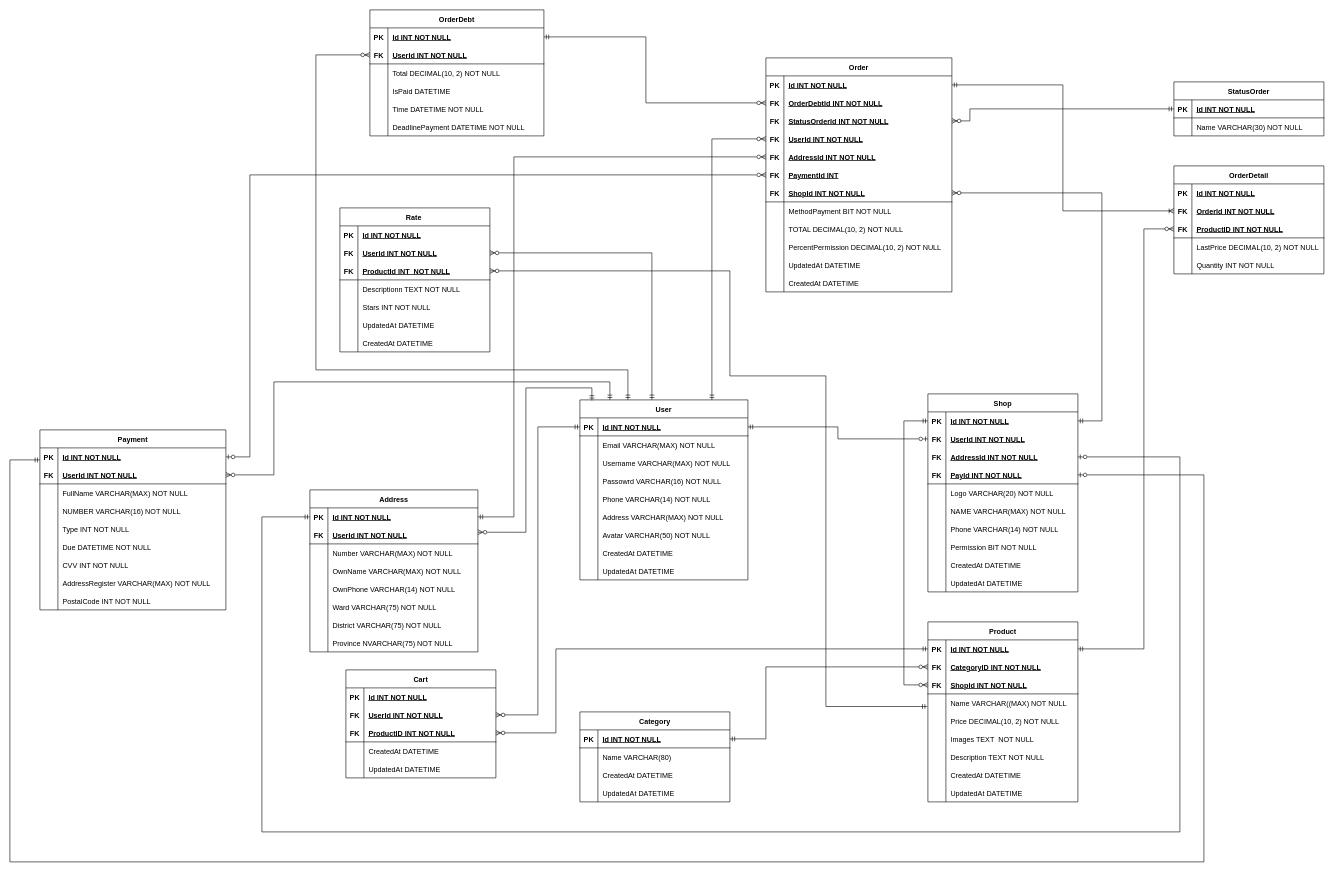
The draw.io diagram Doc/Diagram/ERD/ERD.drawio in PhuNguyen01997/P-P-Commercial-Sem04, before the edit. Source tidied: cells renumbered, new cells numbered last; positions are measured from the earlier drawing's top-left corner, leaving out a move shared by most shapes. Both pictures are drawn from the tidied source at 60%, with x=0, y=0 at pixel (10, 10).
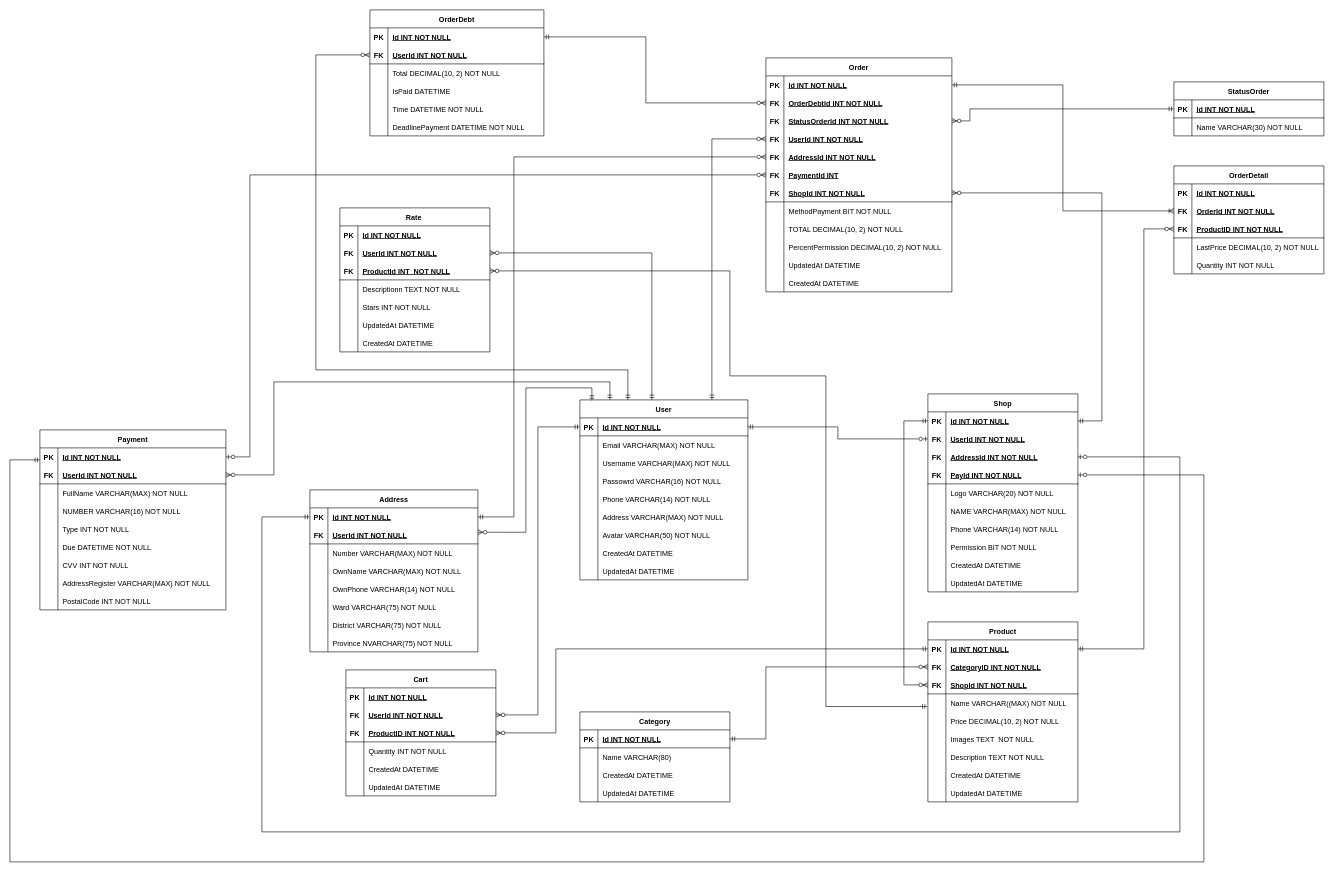
After the change.

What changed in the source:
```diff
@@
     <mxCell id="162" value="Cart" style="shape=table;startSize=30;childLayout=tableLayout;rowLines=0;fontStyle=1;align=center;" parent="1" vertex="1">
-      <mxGeometry x="560" y="1100" width="250" height="180" as="geometry" />
+      <mxGeometry x="560" y="1100" width="250" height="210" as="geometry" />
     </mxCell>
@@
+    <mxCell id="292" style="shape=partialRectangle;fillColor=none;top=0;left=0;right=0;bottom=0;" parent="162" vertex="1">
+      <mxGeometry y="120" width="250" height="30" as="geometry" />
+    </mxCell>
+    <mxCell id="293" style="shape=partialRectangle;overflow=hidden;fillColor=none;top=0;left=0;bottom=0;right=0;" parent="292" vertex="1">
+      <mxGeometry width="30" height="30" as="geometry" />
+    </mxCell>
+    <mxCell id="294" value="Quantity INT NOT NULL" style="shape=partialRectangle;overflow=hidden;fillColor=none;top=0;left=0;bottom=0;right=0;align=left;spacingLeft=6;" parent="292" vertex="1">
+      <mxGeometry x="30" width="220" height="30" as="geometry" />
+    </mxCell>
     <mxCell id="172" style="shape=partialRectangle;fillColor=none;top=0;left=0;right=0;bottom=0;" parent="162" vertex="1">
-      <mxGeometry y="120" width="250" height="30" as="geometry" />
+      <mxGeometry y="150" width="250" height="30" as="geometry" />
     </mxCell>
@@
     <mxCell id="175" style="shape=partialRectangle;fillColor=none;top=0;left=0;right=0;bottom=0;" parent="162" vertex="1">
-      <mxGeometry y="150" width="250" height="30" as="geometry" />
+      <mxGeometry y="180" width="250" height="30" as="geometry" />
     </mxCell>
```
